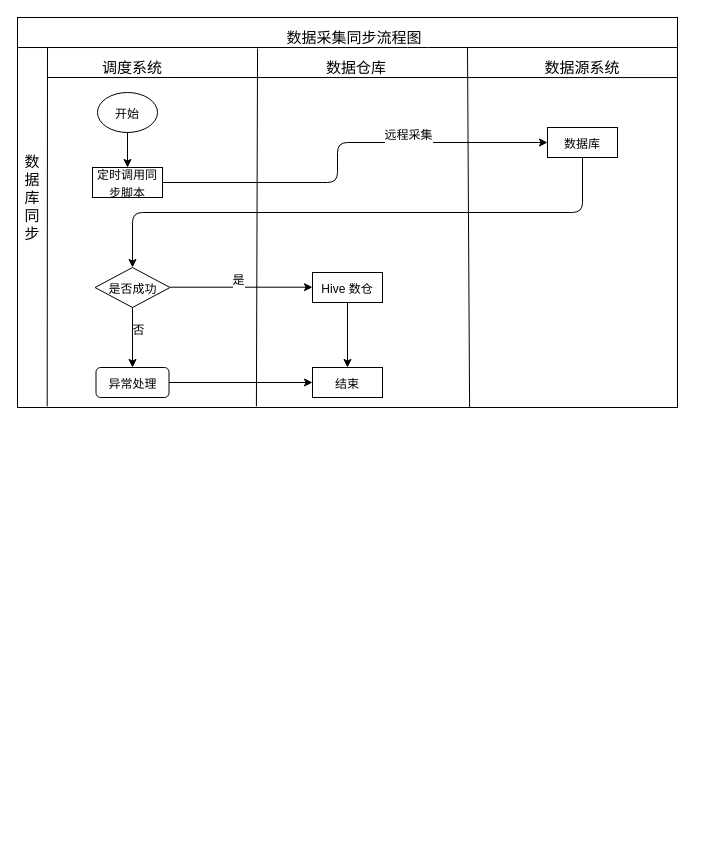
Earlier version of the draw.io diagram ods采集.drawio (7970691/diagrams). Source tidied: cells renumbered, new cells numbered last; positions are measured from the earlier drawing's top-left corner, leaving out a move shared by most shapes. Both pictures are drawn from the tidied source at 100%, with x=0, y=0 at pixel (17, 17).
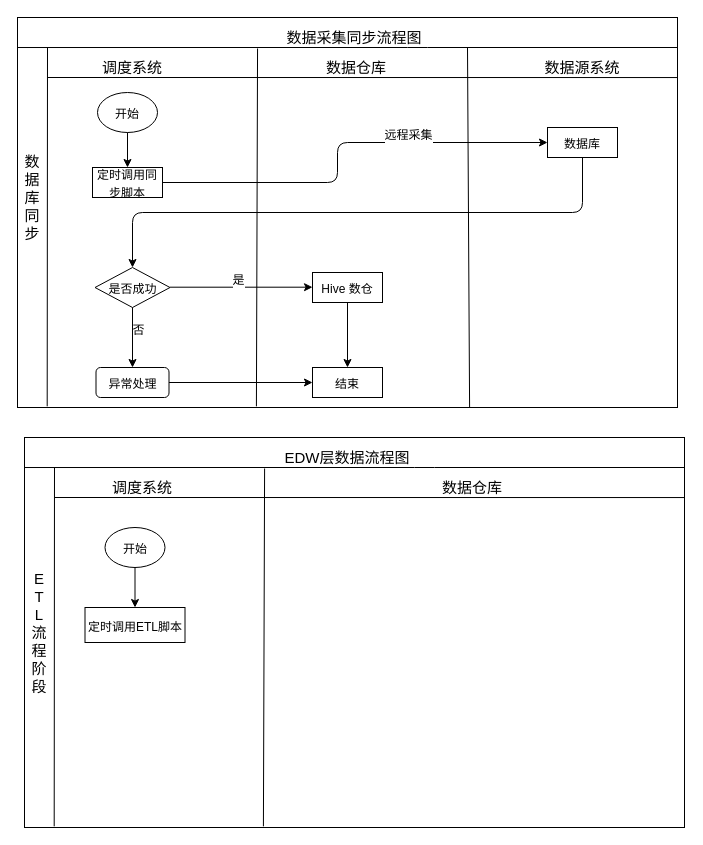
Above is the later version.

Commit message:
数仓ETL流程图.drawio

Diff of the diagram source:
```diff
@@
+    <mxCell id="30" style="rounded=0;whiteSpace=wrap;html=1;fillColor=none;" parent="1" vertex="1">
+      <mxGeometry x="7" y="420" width="660" height="390" as="geometry" />
+    </mxCell>
+    <mxCell id="31" style="endArrow=none;html=1;entryX=0;entryY=0.077;entryDx=0;entryDy=0;entryPerimeter=0;" parent="1" edge="1" target="30">
+      <mxGeometry relative="1" as="geometry">
+        <mxPoint x="667" y="450" as="sourcePoint" />
+        <Array as="points">
+          <mxPoint x="407" y="450" />
+        </Array>
+      </mxGeometry>
+    </mxCell>
+    <mxCell id="32" style="endArrow=none;html=1;fontSize=15;exitX=0.045;exitY=0.997;exitDx=0;exitDy=0;exitPerimeter=0;" parent="1" edge="1" source="30">
+      <mxGeometry relative="1" as="geometry">
+        <mxPoint x="37" y="450" as="targetPoint" />
+      </mxGeometry>
+    </mxCell>
+    <mxCell id="33" style="endArrow=none;html=1;fontSize=15;entryX=1;entryY=0.154;entryDx=0;entryDy=0;entryPerimeter=0;" parent="1" edge="1" target="30">
+      <mxGeometry relative="1" as="geometry">
+        <mxPoint x="37" y="480" as="sourcePoint" />
+      </mxGeometry>
+    </mxCell>
+    <mxCell id="34" style="endArrow=none;html=1;fontSize=15;entryX=0.047;entryY=1.05;entryDx=0;entryDy=0;entryPerimeter=0;exitX=0.362;exitY=0.997;exitDx=0;exitDy=0;exitPerimeter=0;" parent="1" edge="1" source="30">
+      <mxGeometry relative="1" as="geometry">
+        <mxPoint x="247.1" y="451" as="targetPoint" />
+      </mxGeometry>
+    </mxCell>
+    <mxCell id="35" value="EDW层数据流程图" style="text;html=1;strokeColor=none;fillColor=none;align=center;verticalAlign=middle;whiteSpace=wrap;rounded=0;strokeWidth=10;fontSize=15;" parent="1" vertex="1">
+      <mxGeometry x="223" y="430" width="214" height="20" as="geometry" />
+    </mxCell>
+    <mxCell id="36" value="调度系统" style="text;html=1;strokeColor=none;fillColor=none;align=center;verticalAlign=middle;whiteSpace=wrap;rounded=0;fontSize=15;" parent="1" vertex="1">
+      <mxGeometry x="90" y="460" width="70" height="20" as="geometry" />
+    </mxCell>
+    <mxCell id="37" value="数据仓库" style="text;html=1;strokeColor=none;fillColor=none;align=center;verticalAlign=middle;whiteSpace=wrap;rounded=0;fontSize=15;" parent="1" vertex="1">
+      <mxGeometry x="420" y="460" width="70" height="20" as="geometry" />
+    </mxCell>
+    <mxCell id="38" value="E&lt;br&gt;T&lt;br&gt;L&lt;br&gt;流程阶段" style="text;html=1;strokeColor=none;fillColor=none;align=center;verticalAlign=middle;whiteSpace=wrap;rounded=0;fontSize=15;" parent="1" vertex="1">
+      <mxGeometry x="7" y="545" width="30" height="140" as="geometry" />
+    </mxCell>
+    <mxCell id="39" value="&lt;font style=&quot;font-size: 12px&quot;&gt;开始&lt;/font&gt;" style="ellipse;whiteSpace=wrap;html=1;strokeWidth=1;fillColor=none;fontSize=15;spacing=2;" parent="1" vertex="1">
+      <mxGeometry x="87.5" y="510" width="60" height="40" as="geometry" />
+    </mxCell>
+    <mxCell id="40" value="&lt;font style=&quot;font-size: 12px&quot;&gt;定时调用ETL脚本&lt;/font&gt;" style="rounded=0;whiteSpace=wrap;html=1;strokeWidth=1;fillColor=none;fontSize=15;" parent="1" vertex="1">
+      <mxGeometry x="67.5" y="590" width="100" height="35" as="geometry" />
+    </mxCell>
+    <mxCell id="41" style="endArrow=classic;html=1;fontSize=15;exitX=0.5;exitY=1;exitDx=0;exitDy=0;" parent="1" edge="1" source="39" target="40">
+      <mxGeometry relative="1" as="geometry" />
+    </mxCell>
```
